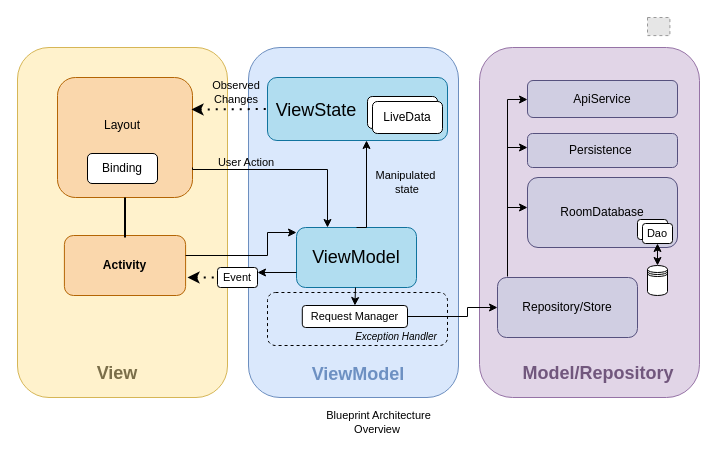
Before: wiki/draw.io/architectural-diagram.drawio in NeoSOFT-Technologies/mobile-android, a draw.io diagram. Source tidied: cells renumbered, new cells numbered last; positions are measured from the earlier drawing's top-left corner, leaving out a move shared by most shapes. Both pictures are drawn from the tidied source at 100%, with x=0, y=0 at pixel (17, 17). Pictures stored in the file or linked from it are replaced by grey dashed boxes.
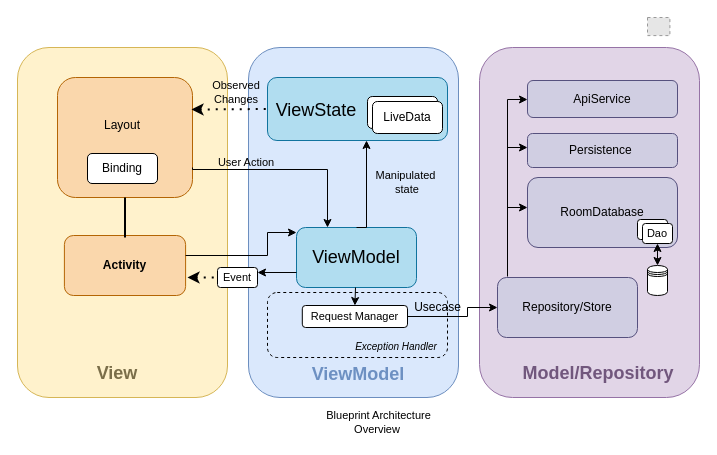
The same page after the edit.

Commit message (it also covers changes not shown here):
Updated request manager, arch diagram & project structure in mains

The edit, as a diff of the source:
```diff
@@
     <mxCell id="41" style="rounded=1;whiteSpace=wrap;html=1;fillColor=none;dashed=1;" parent="1" vertex="1">
-      <mxGeometry x="250" y="275" width="180" height="53" as="geometry" />
+      <mxGeometry x="250" y="275" width="180" height="65" as="geometry" />
     </mxCell>
@@
     <mxCell id="45" value="Exception Handler" style="text;html=1;strokeColor=none;fillColor=none;align=center;verticalAlign=middle;whiteSpace=wrap;rounded=0;dashed=1;fontSize=10;fontStyle=2;" parent="1" vertex="1">
-      <mxGeometry x="330" y="309" width="98" height="20" as="geometry" />
+      <mxGeometry x="330" y="319" width="98" height="20" as="geometry" />
     </mxCell>
+    <mxCell id="46" value="Usecase" style="text;html=1;strokeColor=none;fillColor=none;align=center;verticalAlign=middle;whiteSpace=wrap;rounded=0;sketch=0;glass=0;shadow=0;" parent="1" vertex="1">
+      <mxGeometry x="399" y="279.5" width="43" height="21" as="geometry" />
+    </mxCell>
```
